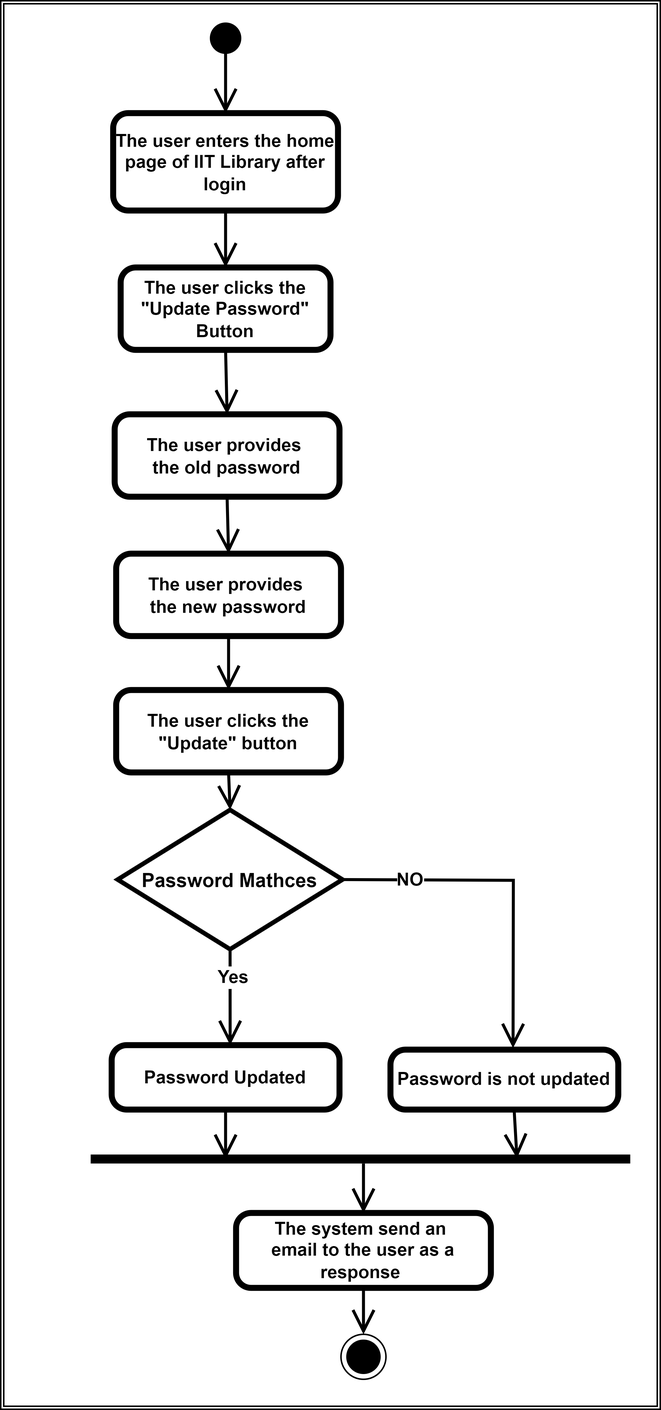
Earlier version of the draw.io export SRS/Activity Diagram/Activity Diagram 29.png (IIT-NSTU/IIT-Library-2.0). Source tidied: cells renumbered, new cells last; positions are measured from the earlier drawing's top-left corner, leaving out a move shared by most shapes.
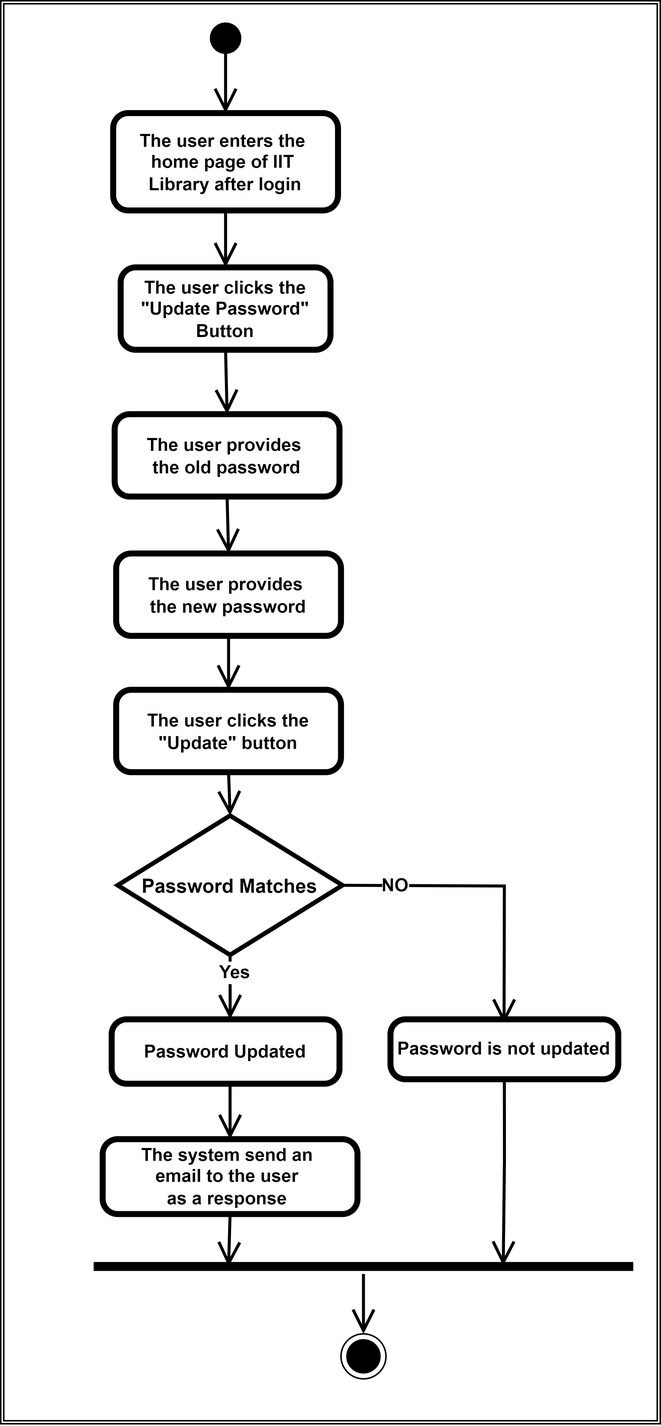
After the change.

What changed in the source:
```diff
@@ -3,7 +3,7 @@
     <mxCell id="0" />
     <mxCell id="1" parent="0" />
     <mxCell id="2" style="shape=ext;double=1;rounded=0;whiteSpace=wrap;html=1;fillStyle=solid;strokeColor=default;strokeWidth=1;fillColor=#FFFFFF;gradientColor=none;fontColor=#FFFFFF;spacingBottom=0;spacingTop=-6;spacingRight=2;spacingLeft=-4;" parent="1" vertex="1">
-      <mxGeometry width="440" height="940" as="geometry" />
+      <mxGeometry width="440" height="950" as="geometry" />
     </mxCell>
     <mxCell id="3" style="ellipse;html=1;shape=endState;fillColor=#000000;strokeColor=#000000;" parent="1" vertex="1">
       <mxGeometry x="227" y="890" width="30" height="30" as="geometry" />
@@ -14,7 +14,7 @@
     <mxCell id="5" style="edgeStyle=none;rounded=0;jettySize=auto;html=1;exitX=0.5;exitY=1;exitDx=0;exitDy=0;exitPerimeter=0;entryX=0.5;entryY=0;entryDx=0;entryDy=0;entryPerimeter=0;endArrow=open;endFill=0;endSize=12;strokeColor=#000000;strokeWidth=2;" parent="1" edge="1" source="6" target="9">
       <mxGeometry relative="1" as="geometry" />
     </mxCell>
-    <mxCell id="6" value="The user enters the home page of IIT Library after login" style="points=[[0.25,0,0],[0.5,0,0],[0.75,0,0],[1,0.25,0],[1,0.5,0],[1,0.75,0],[0.75,1,0],[0.5,1,0],[0.25,1,0],[0,0.75,0],[0,0.5,0],[0,0.25,0]];shape=mxgraph.bpmn.task;whiteSpace=wrap;rectStyle=rounded;size=10;bpmnShapeType=call;strokeColor=#000000;fontStyle=1;" parent="1" vertex="1">
+    <mxCell id="6" value="The user enters the &#10;home page of IIT &#10;Library after login" style="points=[[0.25,0,0],[0.5,0,0],[0.75,0,0],[1,0.25,0],[1,0.5,0],[1,0.75,0],[0.75,1,0],[0.5,1,0],[0.25,1,0],[0,0.75,0],[0,0.5,0],[0,0.25,0]];shape=mxgraph.bpmn.task;whiteSpace=wrap;rectStyle=rounded;size=10;bpmnShapeType=call;strokeColor=#000000;fontStyle=1;" parent="1" vertex="1">
       <mxGeometry x="75" y="75" width="150" height="65" as="geometry" />
     </mxCell>
     <mxCell id="7" style="ellipse;shape=doubleEllipse;whiteSpace=wrap;html=1;fillStyle=solid;strokeColor=default;strokeWidth=1;fillColor=#000000;gradientColor=none;" parent="1" vertex="1">
@@ -32,43 +32,40 @@
     <mxCell id="11" value="Yes" style="edgeLabel;html=1;align=center;verticalAlign=middle;fontSize=12;fontColor=#000000;fontStyle=1;" parent="10" vertex="1">
       <mxGeometry x="-0.43" y="2" relative="1" as="geometry" />
     </mxCell>
-    <mxCell id="12" style="edgeStyle=none;rounded=0;jettySize=auto;html=1;exitX=1;exitY=0.5;exitDx=0;exitDy=0;exitPerimeter=0;entryX=0.538;entryY=-0.026;entryDx=0;entryDy=0;entryPerimeter=0;fontSize=12;fontColor=#000000;startArrow=none;startFill=0;endArrow=open;endFill=0;startSize=12;endSize=12;strokeColor=#000000;strokeWidth=2;spacingLeft=0;spacingRight=3;" parent="1" edge="1" source="14" target="21">
+    <mxCell id="12" style="edgeStyle=none;rounded=0;orthogonalLoop=1;jettySize=auto;html=1;exitX=1;exitY=0.5;exitDx=0;exitDy=0;exitPerimeter=0;entryX=0.538;entryY=-0.026;entryDx=0;entryDy=0;entryPerimeter=0;fontSize=12;fontColor=#000000;startArrow=none;startFill=0;endArrow=open;endFill=0;startSize=12;endSize=12;strokeColor=#000000;strokeWidth=2;spacingLeft=0;spacingRight=3;" parent="1" edge="1">
       <mxGeometry relative="1" as="geometry">
+        <mxPoint x="222" y="590.5" as="sourcePoint" />
+        <mxPoint x="335.8" y="683" as="targetPoint" />
         <Array as="points">
-          <mxPoint x="342" y="587" />
+          <mxPoint x="336" y="591" />
         </Array>
       </mxGeometry>
     </mxCell>
     <mxCell id="13" value="&lt;b&gt;NO&lt;/b&gt;" style="edgeLabel;html=1;align=center;verticalAlign=middle;fontSize=12;fontColor=#000000;" parent="12" vertex="1">
       <mxGeometry x="-0.61" relative="1" as="geometry" />
     </mxCell>
-    <mxCell id="14" value="&lt;font color=&quot;#000000&quot;&gt;Password Mathces&lt;br&gt;&lt;/font&gt;" style="strokeWidth=3;html=1;shape=mxgraph.flowchart.decision;whiteSpace=wrap;fillStyle=solid;fontColor=#FFFFFF;fillColor=#FFFFFF;gradientColor=none;fontSize=13;fontStyle=1;" parent="1" vertex="1">
-      <mxGeometry x="78" y="540" width="150" height="93" as="geometry" />
+    <mxCell id="14" value="&lt;font color=&quot;#000000&quot;&gt;Password Matches&lt;br&gt;&lt;/font&gt;" style="strokeWidth=3;html=1;shape=mxgraph.flowchart.decision;whiteSpace=wrap;fillStyle=solid;fontColor=#FFFFFF;fillColor=#FFFFFF;gradientColor=none;fontSize=13;fontStyle=1;" parent="1" vertex="1">
+      <mxGeometry x="78" y="544" width="150" height="93" as="geometry" />
     </mxCell>
-    <mxCell id="15" style="edgeStyle=none;rounded=0;jettySize=auto;html=1;exitX=0.5;exitY=1;exitDx=0;exitDy=0;exitPerimeter=0;entryX=0.25;entryY=0.5;entryDx=0;entryDy=0;entryPerimeter=0;fontSize=12;fontColor=#000000;startArrow=none;startFill=0;endArrow=open;endFill=0;startSize=12;endSize=12;strokeColor=#000000;strokeWidth=2;" parent="1" edge="1" source="16" target="20">
-      <mxGeometry relative="1" as="geometry" />
-    </mxCell>
+    <mxCell id="29" style="edgeStyle=orthogonalEdgeStyle;rounded=0;jettySize=auto;html=1;exitX=0.5;exitY=1;exitDx=0;exitDy=0;exitPerimeter=0;entryX=0.5;entryY=0;entryDx=0;entryDy=0;entryPerimeter=0;endSize=12;strokeWidth=2;endArrow=open;endFill=0;" parent="1" edge="1" source="16" target="24">
+      <mxGeometry relative="1" as="geometry" />
+    </mxCell>
     <mxCell id="16" value="Password Updated" style="points=[[0.25,0,0],[0.5,0,0],[0.75,0,0],[1,0.25,0],[1,0.5,0],[1,0.75,0],[0.75,1,0],[0.5,1,0],[0.25,1,0],[0,0.75,0],[0,0.5,0],[0,0.25,0]];shape=mxgraph.bpmn.task;whiteSpace=wrap;rectStyle=rounded;size=10;bpmnShapeType=call;strokeColor=#000000;fontStyle=1;" parent="1" vertex="1">
-      <mxGeometry x="74" y="697" width="152" height="43" as="geometry" />
+      <mxGeometry x="74" y="680" width="152" height="43" as="geometry" />
     </mxCell>
+    <mxCell id="18" style="edgeStyle=none;rounded=0;jettySize=auto;html=1;entryX=0.5;entryY=0;entryDx=0;entryDy=0;fontSize=12;fontColor=#000000;startArrow=none;startFill=0;endArrow=open;endFill=0;startSize=12;endSize=12;strokeColor=#000000;strokeWidth=2;" parent="1" edge="1" target="3">
+      <mxGeometry relative="1" as="geometry">
+        <mxPoint x="242" y="850" as="sourcePoint" />
+      </mxGeometry>
+    </mxCell>
+    <mxCell id="20" style="line;strokeWidth=6;html=1;fillStyle=solid;fontColor=#FFFFFF;fillColor=#FFFFFF;gradientColor=none;" parent="1" vertex="1">
+      <mxGeometry x="62" y="840" width="360" height="10" as="geometry" />
+    </mxCell>
-    <mxCell id="17" style="edgeStyle=none;rounded=0;jettySize=auto;html=1;exitX=0.543;exitY=1.013;exitDx=0;exitDy=0;exitPerimeter=0;fontSize=12;fontColor=#000000;startArrow=none;startFill=0;endArrow=open;endFill=0;startSize=12;endSize=12;strokeColor=#000000;strokeWidth=2;entryX=0.79;entryY=0.459;entryDx=0;entryDy=0;entryPerimeter=0;" parent="1" edge="1" source="21" target="20">
+    <mxCell id="17" style="edgeStyle=orthogonalEdgeStyle;rounded=0;jettySize=auto;html=1;exitX=0.5;exitY=1;exitDx=0;exitDy=0;exitPerimeter=0;entryX=0.759;entryY=0.452;entryDx=0;entryDy=0;entryPerimeter=0;endArrow=open;endFill=0;endSize=12;strokeWidth=2;" parent="1" edge="1" source="21" target="20">
       <mxGeometry relative="1" as="geometry" />
     </mxCell>
-    <mxCell id="18" style="edgeStyle=none;rounded=0;jettySize=auto;html=1;entryX=0.5;entryY=0;entryDx=0;entryDy=0;fontSize=12;fontColor=#000000;startArrow=none;startFill=0;endArrow=open;endFill=0;startSize=12;endSize=12;strokeColor=#000000;strokeWidth=2;" parent="1" edge="1" target="3">
-      <mxGeometry relative="1" as="geometry">
-        <mxPoint x="242" y="850" as="sourcePoint" />
-      </mxGeometry>
-    </mxCell>
-    <mxCell id="19" style="edgeStyle=none;rounded=0;jettySize=auto;html=1;entryX=0.5;entryY=0;entryDx=0;entryDy=0;entryPerimeter=0;fontSize=12;fontColor=#000000;startArrow=none;startFill=0;endArrow=open;endFill=0;startSize=12;endSize=12;strokeColor=#000000;strokeWidth=2;" parent="1" edge="1" target="24">
-      <mxGeometry relative="1" as="geometry">
-        <mxPoint x="242" y="776" as="sourcePoint" />
-      </mxGeometry>
-    </mxCell>
-    <mxCell id="20" style="line;strokeWidth=6;html=1;fillStyle=solid;fontColor=#FFFFFF;fillColor=#FFFFFF;gradientColor=none;" parent="1" vertex="1">
-      <mxGeometry x="60" y="768" width="360" height="10" as="geometry" />
-    </mxCell>
     <mxCell id="21" value="Password is not updated" style="points=[[0.25,0,0],[0.5,0,0],[0.75,0,0],[1,0.25,0],[1,0.5,0],[1,0.75,0],[0.75,1,0],[0.5,1,0],[0.25,1,0],[0,0.75,0],[0,0.5,0],[0,0.25,0]];shape=mxgraph.bpmn.task;whiteSpace=wrap;rectStyle=rounded;size=10;bpmnShapeType=call;strokeColor=#000000;fontStyle=1;" parent="1" vertex="1">
-      <mxGeometry x="260" y="700" width="152" height="40" as="geometry" />
+      <mxGeometry x="260" y="680" width="152" height="40" as="geometry" />
     </mxCell>
     <mxCell id="22" style="edgeStyle=none;rounded=0;jettySize=auto;html=1;exitX=0.5;exitY=1;exitDx=0;exitDy=0;exitPerimeter=0;entryX=0.5;entryY=0;entryDx=0;entryDy=0;entryPerimeter=0;fontSize=12;fontColor=#000000;startArrow=none;startFill=0;endArrow=open;endFill=0;startSize=12;endSize=12;strokeColor=#000000;strokeWidth=2;" parent="1" edge="1" source="23" target="26">
       <mxGeometry relative="1" as="geometry" />
@@ -76,8 +73,11 @@
     <mxCell id="23" value="The user provides &#10;the old password" style="points=[[0.25,0,0],[0.5,0,0],[0.75,0,0],[1,0.25,0],[1,0.5,0],[1,0.75,0],[0.75,1,0],[0.5,1,0],[0.25,1,0],[0,0.75,0],[0,0.5,0],[0,0.25,0]];shape=mxgraph.bpmn.task;whiteSpace=wrap;rectStyle=rounded;size=10;bpmnShapeType=call;strokeColor=#000000;fontStyle=1;" parent="1" vertex="1">
       <mxGeometry x="76" y="276" width="150" height="55" as="geometry" />
     </mxCell>
+    <mxCell id="30" style="edgeStyle=orthogonalEdgeStyle;rounded=0;jettySize=auto;html=1;exitX=0.5;exitY=1;exitDx=0;exitDy=0;exitPerimeter=0;entryX=0.25;entryY=0.5;entryDx=0;entryDy=0;entryPerimeter=0;endArrow=open;endFill=0;endSize=12;strokeWidth=2;" parent="1" edge="1" source="24" target="20">
+      <mxGeometry relative="1" as="geometry" />
+    </mxCell>
-    <mxCell id="24" value="The system send an &#10;email to the user as a response " style="points=[[0.25,0,0],[0.5,0,0],[0.75,0,0],[1,0.25,0],[1,0.5,0],[1,0.75,0],[0.75,1,0],[0.5,1,0],[0.25,1,0],[0,0.75,0],[0,0.5,0],[0,0.25,0]];shape=mxgraph.bpmn.task;whiteSpace=wrap;rectStyle=rounded;size=10;bpmnShapeType=call;strokeColor=#000000;fontStyle=1;" parent="1" vertex="1">
-      <mxGeometry x="157" y="809" width="170" height="50" as="geometry" />
+    <mxCell id="24" value="The system send an &#10;email to the user &#10;as a response " style="points=[[0.25,0,0],[0.5,0,0],[0.75,0,0],[1,0.25,0],[1,0.5,0],[1,0.75,0],[0.75,1,0],[0.5,1,0],[0.25,1,0],[0,0.75,0],[0,0.5,0],[0,0.25,0]];shape=mxgraph.bpmn.task;whiteSpace=wrap;rectStyle=rounded;size=10;bpmnShapeType=call;strokeColor=#000000;fontStyle=1;" parent="1" vertex="1">
+      <mxGeometry x="68" y="760" width="170" height="50" as="geometry" />
     </mxCell>
     <mxCell id="25" style="edgeStyle=none;rounded=0;jettySize=auto;html=1;exitX=0.5;exitY=1;exitDx=0;exitDy=0;exitPerimeter=0;entryX=0.5;entryY=0;entryDx=0;entryDy=0;entryPerimeter=0;fontSize=12;fontColor=#000000;startArrow=none;startFill=0;endArrow=open;endFill=0;startSize=12;endSize=12;strokeColor=#000000;strokeWidth=2;" parent="1" edge="1" source="26" target="28">
       <mxGeometry relative="1" as="geometry" />
```
